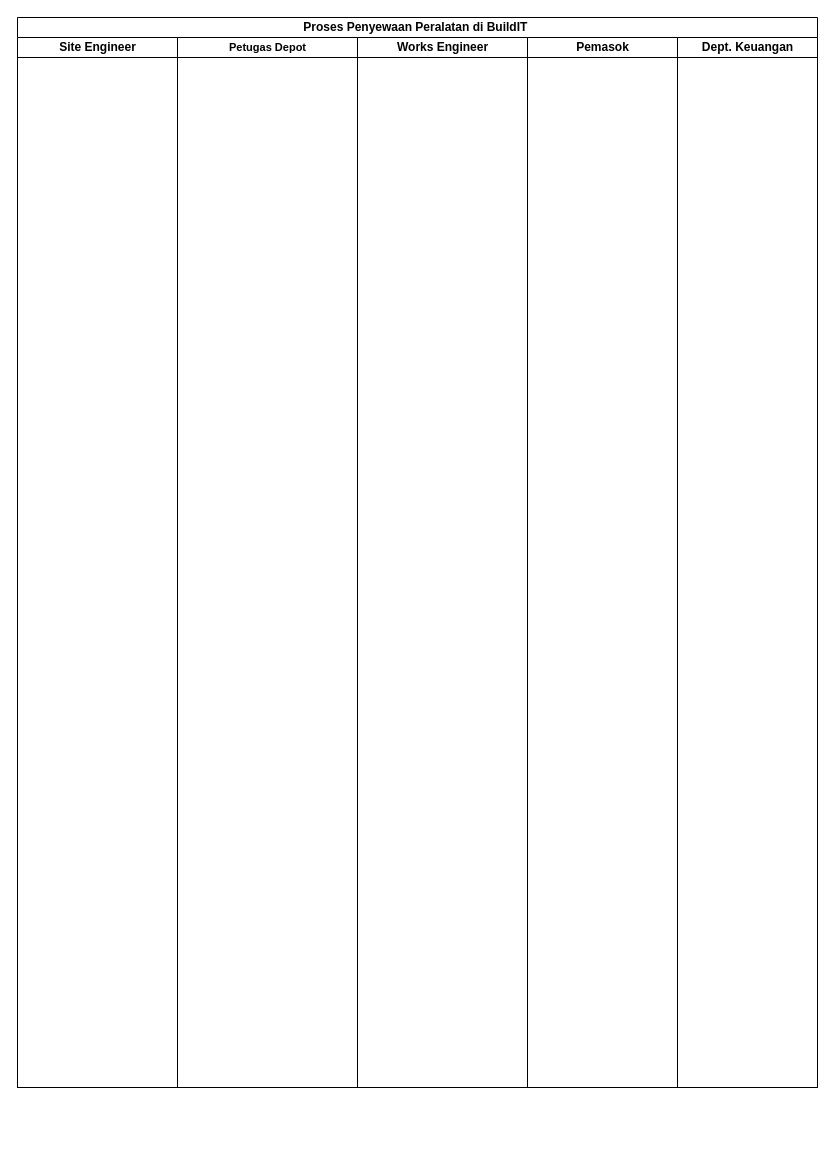
Earlier version of the draw.io diagram page "Page-2" (2 of 3) of TI-BPM-SIPA.drawio (MHibriziF/SIPA). Source tidied: cells renumbered, new cells numbered last; positions are measured from the earlier drawing's top-left corner, leaving out a move shared by most shapes. Both pictures are drawn from the tidied source at 100%, with x=0, y=0 at pixel (17, 17).
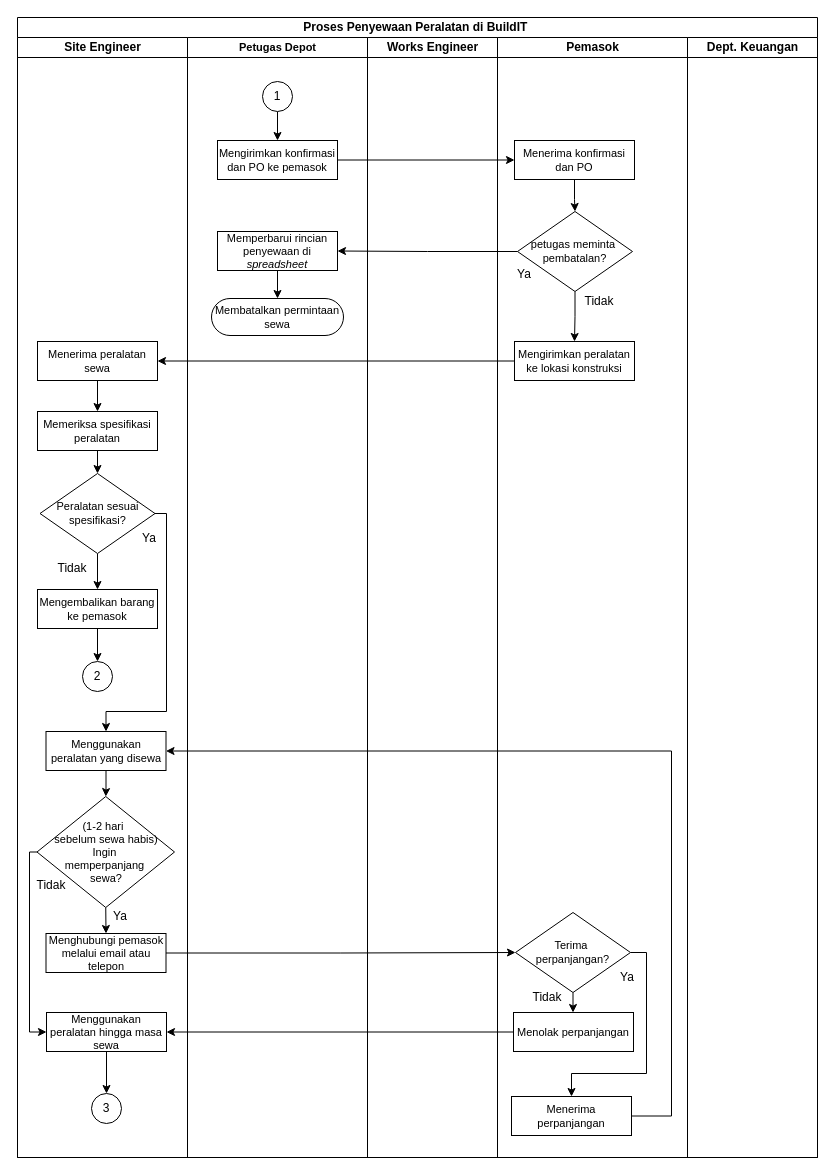
After the change.

Change to the diagram source:
```diff
@@
     <mxCell id="2" value="Proses Penyewaan Peralatan di BuildIT&amp;nbsp;" style="swimlane;html=1;startSize=20;whiteSpace=wrap;gradientColor=none;" parent="1" vertex="1">
-      <mxGeometry width="800" height="1070" as="geometry" />
+      <mxGeometry width="800" height="1140" as="geometry" />
     </mxCell>
     <mxCell id="3" value="Site Engineer" style="swimlane;html=1;startSize=20;labelBorderColor=none;labelBackgroundColor=none;textShadow=0;fontColor=default;" parent="2" vertex="1">
-      <mxGeometry y="20" width="160" height="1050" as="geometry" />
+      <mxGeometry y="20" width="170" height="1120" as="geometry" />
     </mxCell>
+    <mxCell id="8" style="edgeStyle=orthogonalEdgeStyle;rounded=0;jettySize=auto;html=1;exitX=0.5;exitY=1;exitDx=0;exitDy=0;entryX=0.5;entryY=0;entryDx=0;entryDy=0;" parent="3" edge="1" source="9" target="11">
+      <mxGeometry relative="1" as="geometry" />
+    </mxCell>
+    <mxCell id="9" value="Menerima peralatan sewa" style="rounded=0;whiteSpace=wrap;html=1;fontSize=11;" parent="3" vertex="1">
+      <mxGeometry x="20" y="304" width="120" height="39" as="geometry" />
+    </mxCell>
+    <mxCell id="10" style="edgeStyle=orthogonalEdgeStyle;rounded=0;jettySize=auto;html=1;exitX=0.5;exitY=1;exitDx=0;exitDy=0;entryX=0.5;entryY=0;entryDx=0;entryDy=0;" parent="3" edge="1" source="11" target="14">
+      <mxGeometry relative="1" as="geometry" />
+    </mxCell>
+    <mxCell id="11" value="Memeriksa spesifikasi peralatan" style="rounded=0;whiteSpace=wrap;html=1;fontSize=11;" parent="3" vertex="1">
+      <mxGeometry x="20" y="374" width="120" height="39" as="geometry" />
+    </mxCell>
+    <mxCell id="12" style="edgeStyle=orthogonalEdgeStyle;rounded=0;jettySize=auto;html=1;" parent="3" edge="1" source="14" target="16">
+      <mxGeometry relative="1" as="geometry" />
+    </mxCell>
+    <mxCell id="13" style="edgeStyle=orthogonalEdgeStyle;rounded=0;jettySize=auto;html=1;exitX=1;exitY=0.5;exitDx=0;exitDy=0;entryX=0.5;entryY=0;entryDx=0;entryDy=0;" parent="3" edge="1" source="14" target="20">
+      <mxGeometry relative="1" as="geometry">
+        <Array as="points">
+          <mxPoint x="149" y="476" />
+          <mxPoint x="149" y="674" />
+          <mxPoint x="89" y="674" />
+          <mxPoint x="89" y="694" />
+        </Array>
+      </mxGeometry>
+    </mxCell>
+    <mxCell id="14" value="&lt;div&gt;Peralatan sesuai&lt;/div&gt;&lt;div&gt;spesifikasi?&lt;/div&gt;" style="rhombus;whiteSpace=wrap;html=1;fontSize=11;" parent="3" vertex="1">
+      <mxGeometry x="22.5" y="436" width="115" height="80" as="geometry" />
+    </mxCell>
+    <mxCell id="15" style="edgeStyle=orthogonalEdgeStyle;rounded=0;jettySize=auto;html=1;" parent="3" edge="1" source="16" target="17">
+      <mxGeometry relative="1" as="geometry" />
+    </mxCell>
+    <mxCell id="16" value="Mengembalikan barang ke pemasok" style="rounded=0;whiteSpace=wrap;html=1;fontSize=11;" parent="3" vertex="1">
+      <mxGeometry x="20" y="552" width="120" height="39" as="geometry" />
+    </mxCell>
+    <mxCell id="17" value="2" style="ellipse;whiteSpace=wrap;html=1;" parent="3" vertex="1">
+      <mxGeometry x="65" y="624" width="30" height="30" as="geometry" />
+    </mxCell>
+    <mxCell id="18" value="Tidak" style="text;html=1;align=center;verticalAlign=middle;whiteSpace=wrap;rounded=0;" parent="3" vertex="1">
+      <mxGeometry x="25" y="516" width="60" height="30" as="geometry" />
+    </mxCell>
+    <mxCell id="19" style="edgeStyle=orthogonalEdgeStyle;rounded=0;jettySize=auto;html=1;" parent="3" edge="1" source="20" target="24">
+      <mxGeometry relative="1" as="geometry" />
+    </mxCell>
+    <mxCell id="20" value="Menggunakan peralatan yang disewa" style="rounded=0;whiteSpace=wrap;html=1;fontSize=11;" parent="3" vertex="1">
+      <mxGeometry x="28.5" y="694" width="120" height="39" as="geometry" />
+    </mxCell>
+    <mxCell id="21" value="Ya" style="text;html=1;align=center;verticalAlign=middle;whiteSpace=wrap;rounded=0;" parent="3" vertex="1">
+      <mxGeometry x="102" y="486" width="60" height="30" as="geometry" />
+    </mxCell>
+    <mxCell id="22" style="edgeStyle=orthogonalEdgeStyle;rounded=0;jettySize=auto;html=1;exitX=0.5;exitY=1;exitDx=0;exitDy=0;entryX=0.5;entryY=0;entryDx=0;entryDy=0;" parent="3" edge="1" source="24" target="25">
+      <mxGeometry relative="1" as="geometry" />
+    </mxCell>
+    <mxCell id="23" style="edgeStyle=orthogonalEdgeStyle;rounded=0;jettySize=auto;html=1;exitX=0;exitY=0.5;exitDx=0;exitDy=0;entryX=0;entryY=0.5;entryDx=0;entryDy=0;" parent="3" edge="1" source="24" target="28">
+      <mxGeometry relative="1" as="geometry">
+        <Array as="points">
+          <mxPoint x="12" y="815" />
+          <mxPoint x="12" y="995" />
+          <mxPoint x="29" y="995" />
+        </Array>
+      </mxGeometry>
+    </mxCell>
+    <mxCell id="24" value="&lt;div&gt;(1-2 hari&amp;nbsp;&amp;nbsp;&lt;/div&gt;&lt;div&gt;sebelum sewa habis)&lt;/div&gt;&lt;div&gt;Ingin&amp;nbsp;&lt;/div&gt;&lt;div&gt;memperpanjang&amp;nbsp;&lt;/div&gt;&lt;div&gt;sewa?&lt;/div&gt;" style="rhombus;whiteSpace=wrap;html=1;fontSize=11;" parent="3" vertex="1">
+      <mxGeometry x="19.5" y="759" width="137.5" height="111" as="geometry" />
+    </mxCell>
+    <mxCell id="25" value="Menghubungi pemasok melalui email atau telepon" style="rounded=0;whiteSpace=wrap;html=1;fontSize=11;" parent="3" vertex="1">
+      <mxGeometry x="28.5" y="896" width="120" height="39" as="geometry" />
+    </mxCell>
+    <mxCell id="26" value="Ya" style="text;html=1;align=center;verticalAlign=middle;whiteSpace=wrap;rounded=0;" parent="3" vertex="1">
+      <mxGeometry x="72.5" y="864" width="60" height="30" as="geometry" />
+    </mxCell>
+    <mxCell id="27" style="edgeStyle=orthogonalEdgeStyle;rounded=0;jettySize=auto;html=1;" parent="3" edge="1" source="28" target="30">
+      <mxGeometry relative="1" as="geometry" />
+    </mxCell>
+    <mxCell id="28" value="Menggunakan peralatan hingga masa sewa" style="rounded=0;whiteSpace=wrap;html=1;fontSize=11;" parent="3" vertex="1">
+      <mxGeometry x="29" y="975" width="120" height="39" as="geometry" />
+    </mxCell>
+    <mxCell id="29" value="Tidak" style="text;html=1;align=center;verticalAlign=middle;whiteSpace=wrap;rounded=0;" parent="3" vertex="1">
+      <mxGeometry x="4" y="833" width="60" height="30" as="geometry" />
+    </mxCell>
+    <mxCell id="30" value="3" style="ellipse;whiteSpace=wrap;html=1;" parent="3" vertex="1">
+      <mxGeometry x="74" y="1056" width="30" height="30" as="geometry" />
+    </mxCell>
     <mxCell id="4" value="Petugas Depot" style="swimlane;html=1;startSize=20;fontSize=11;" parent="2" vertex="1">
-      <mxGeometry x="160" y="20" width="180" height="1050" as="geometry" />
+      <mxGeometry x="170" y="20" width="180" height="1120" as="geometry" />
     </mxCell>
+    <mxCell id="31" style="edgeStyle=orthogonalEdgeStyle;rounded=0;jettySize=auto;html=1;" parent="4" edge="1" source="32" target="33">
+      <mxGeometry relative="1" as="geometry" />
+    </mxCell>
+    <mxCell id="32" value="1" style="ellipse;whiteSpace=wrap;html=1;" parent="4" vertex="1">
+      <mxGeometry x="75" y="44" width="30" height="30" as="geometry" />
+    </mxCell>
+    <mxCell id="33" value="Mengirimkan konfirmasi dan PO ke pemasok" style="rounded=0;whiteSpace=wrap;html=1;fontSize=11;" parent="4" vertex="1">
+      <mxGeometry x="30" y="103" width="120" height="39" as="geometry" />
+    </mxCell>
+    <mxCell id="34" style="edgeStyle=orthogonalEdgeStyle;rounded=0;jettySize=auto;html=1;" parent="4" edge="1" source="35" target="36">
+      <mxGeometry relative="1" as="geometry" />
+    </mxCell>
+    <mxCell id="35" value="Memperbarui rincian penyewaan di &lt;i&gt;spreadsheet&lt;/i&gt;" style="rounded=0;whiteSpace=wrap;html=1;fontSize=11;" parent="4" vertex="1">
+      <mxGeometry x="30" y="194" width="120" height="39" as="geometry" />
+    </mxCell>
+    <mxCell id="36" value="Membatalkan permintaan sewa" style="rounded=1;whiteSpace=wrap;html=1;arcSize=50;fontSize=11;" parent="4" vertex="1">
+      <mxGeometry x="24" y="261" width="132" height="37" as="geometry" />
+    </mxCell>
     <mxCell id="5" value="Works Engineer" style="swimlane;html=1;startSize=20;" parent="2" vertex="1">
-      <mxGeometry x="340" y="20" width="170" height="1050" as="geometry" />
+      <mxGeometry x="350" y="20" width="130" height="1120" as="geometry" />
     </mxCell>
     <mxCell id="6" value="Pemasok" style="swimlane;html=1;startSize=20;" parent="2" vertex="1">
-      <mxGeometry x="510" y="20" width="150" height="1050" as="geometry" />
+      <mxGeometry x="480" y="20" width="190" height="1120" as="geometry" />
     </mxCell>
+    <mxCell id="37" style="edgeStyle=orthogonalEdgeStyle;rounded=0;jettySize=auto;html=1;" parent="6" edge="1" source="38" target="40">
+      <mxGeometry relative="1" as="geometry" />
+    </mxCell>
+    <mxCell id="38" value="Menerima konfirmasi dan PO" style="rounded=0;whiteSpace=wrap;html=1;fontSize=11;" parent="6" vertex="1">
+      <mxGeometry x="17" y="103" width="120" height="39" as="geometry" />
+    </mxCell>
+    <mxCell id="39" style="edgeStyle=orthogonalEdgeStyle;rounded=0;jettySize=auto;html=1;" parent="6" edge="1" source="40" target="41">
+      <mxGeometry relative="1" as="geometry" />
+    </mxCell>
+    <mxCell id="40" value="&lt;div&gt;petugas meminta&amp;nbsp;&lt;/div&gt;&lt;div&gt;pembatalan?&lt;/div&gt;" style="rhombus;whiteSpace=wrap;html=1;fontSize=11;" parent="6" vertex="1">
+      <mxGeometry x="20" y="174" width="115" height="80" as="geometry" />
+    </mxCell>
+    <mxCell id="41" value="Mengirimkan peralatan ke lokasi konstruksi" style="rounded=0;whiteSpace=wrap;html=1;fontSize=11;" parent="6" vertex="1">
+      <mxGeometry x="17" y="304" width="120" height="39" as="geometry" />
+    </mxCell>
+    <mxCell id="42" value="Tidak" style="text;html=1;align=center;verticalAlign=middle;whiteSpace=wrap;rounded=0;" parent="6" vertex="1">
+      <mxGeometry x="72" y="249" width="60" height="30" as="geometry" />
+    </mxCell>
+    <mxCell id="43" value="Ya" style="text;html=1;align=center;verticalAlign=middle;whiteSpace=wrap;rounded=0;" parent="6" vertex="1">
+      <mxGeometry x="-3" y="222" width="60" height="30" as="geometry" />
+    </mxCell>
+    <mxCell id="44" style="edgeStyle=orthogonalEdgeStyle;rounded=0;jettySize=auto;html=1;exitX=0.5;exitY=1;exitDx=0;exitDy=0;" parent="6" edge="1" source="46" target="47">
+      <mxGeometry relative="1" as="geometry" />
+    </mxCell>
+    <mxCell id="45" style="edgeStyle=orthogonalEdgeStyle;rounded=0;jettySize=auto;html=1;exitX=1;exitY=0.5;exitDx=0;exitDy=0;entryX=0.5;entryY=0;entryDx=0;entryDy=0;" parent="6" edge="1" source="46" target="50">
+      <mxGeometry relative="1" as="geometry">
+        <Array as="points">
+          <mxPoint x="149" y="915" />
+          <mxPoint x="149" y="1036" />
+          <mxPoint x="74" y="1036" />
+        </Array>
+      </mxGeometry>
+    </mxCell>
+    <mxCell id="46" value="Terima&amp;nbsp;&lt;div&gt;perpanjangan?&lt;/div&gt;" style="rhombus;whiteSpace=wrap;html=1;fontSize=11;" parent="6" vertex="1">
+      <mxGeometry x="18" y="875" width="115" height="80" as="geometry" />
+    </mxCell>
+    <mxCell id="47" value="Menolak perpanjangan" style="rounded=0;whiteSpace=wrap;html=1;fontSize=11;" parent="6" vertex="1">
+      <mxGeometry x="16" y="975" width="120" height="39" as="geometry" />
+    </mxCell>
+    <mxCell id="48" value="Tidak" style="text;html=1;align=center;verticalAlign=middle;whiteSpace=wrap;rounded=0;" parent="6" vertex="1">
+      <mxGeometry x="20" y="945" width="60" height="30" as="geometry" />
+    </mxCell>
+    <mxCell id="49" value="Ya" style="text;html=1;align=center;verticalAlign=middle;whiteSpace=wrap;rounded=0;" parent="6" vertex="1">
+      <mxGeometry x="100" y="925" width="60" height="30" as="geometry" />
+    </mxCell>
+    <mxCell id="50" value="Menerima perpanjangan" style="rounded=0;whiteSpace=wrap;html=1;fontSize=11;" parent="6" vertex="1">
+      <mxGeometry x="14" y="1059" width="120" height="39" as="geometry" />
+    </mxCell>
     <mxCell id="7" value="Dept. Keuangan" style="swimlane;html=1;startSize=20;" parent="2" vertex="1">
-      <mxGeometry x="660" y="20" width="140" height="1050" as="geometry" />
+      <mxGeometry x="670" y="20" width="130" height="1120" as="geometry" />
     </mxCell>
+    <mxCell id="51" style="edgeStyle=orthogonalEdgeStyle;rounded=0;jettySize=auto;html=1;exitX=1;exitY=0.5;exitDx=0;exitDy=0;entryX=0;entryY=0.5;entryDx=0;entryDy=0;" parent="2" edge="1" source="33" target="38">
+      <mxGeometry relative="1" as="geometry" />
+    </mxCell>
+    <mxCell id="52" style="edgeStyle=orthogonalEdgeStyle;rounded=0;jettySize=auto;html=1;exitX=0;exitY=0.5;exitDx=0;exitDy=0;entryX=1;entryY=0.5;entryDx=0;entryDy=0;" parent="2" edge="1" source="40" target="35">
+      <mxGeometry relative="1" as="geometry" />
+    </mxCell>
+    <mxCell id="53" style="edgeStyle=orthogonalEdgeStyle;rounded=0;jettySize=auto;html=1;exitX=0;exitY=0.5;exitDx=0;exitDy=0;entryX=1;entryY=0.5;entryDx=0;entryDy=0;" parent="2" edge="1" source="41" target="9">
+      <mxGeometry relative="1" as="geometry" />
+    </mxCell>
+    <mxCell id="54" style="edgeStyle=orthogonalEdgeStyle;rounded=0;jettySize=auto;html=1;exitX=1;exitY=0.5;exitDx=0;exitDy=0;" parent="2" edge="1" source="25" target="46">
+      <mxGeometry relative="1" as="geometry" />
+    </mxCell>
+    <mxCell id="55" style="edgeStyle=orthogonalEdgeStyle;rounded=0;jettySize=auto;html=1;exitX=0;exitY=0.5;exitDx=0;exitDy=0;entryX=1;entryY=0.5;entryDx=0;entryDy=0;" parent="2" edge="1" source="47" target="28">
+      <mxGeometry relative="1" as="geometry" />
+    </mxCell>
+    <mxCell id="56" style="edgeStyle=orthogonalEdgeStyle;rounded=0;jettySize=auto;html=1;exitX=1;exitY=0.5;exitDx=0;exitDy=0;entryX=1;entryY=0.5;entryDx=0;entryDy=0;" parent="2" edge="1" source="50" target="20">
+      <mxGeometry relative="1" as="geometry">
+        <Array as="points">
+          <mxPoint x="654" y="1099" />
+          <mxPoint x="654" y="734" />
+        </Array>
+      </mxGeometry>
+    </mxCell>
```
